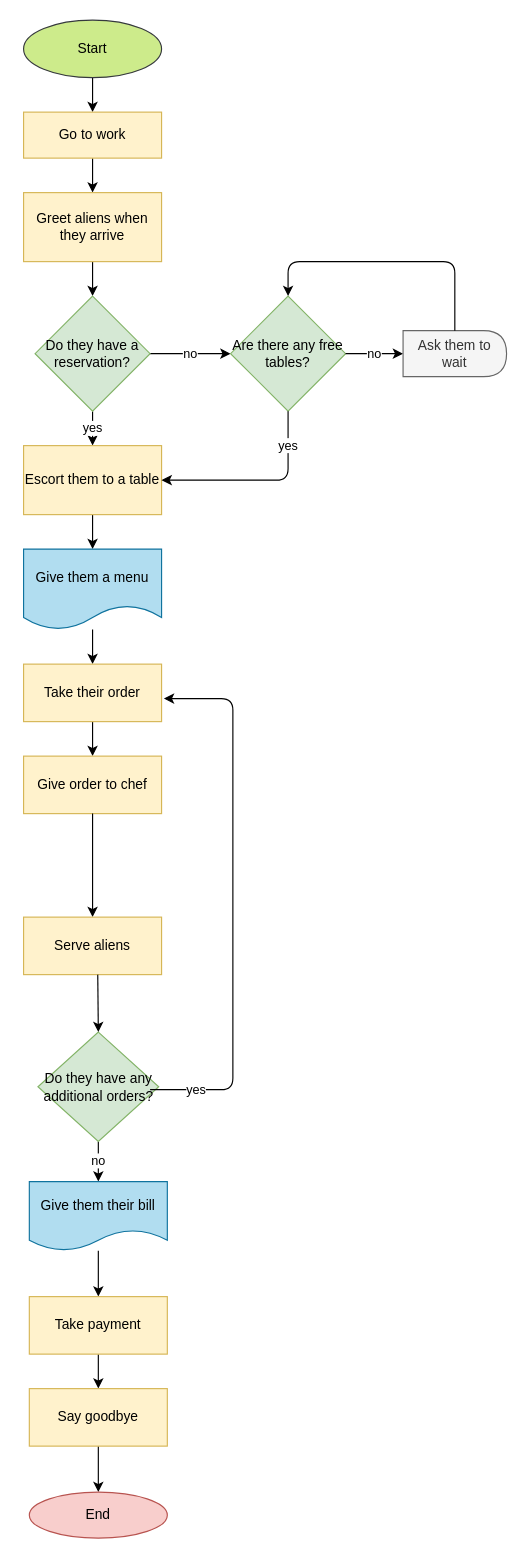
This is waitress-restaurant.drawio from krenat19/restaurant-flowchart, a draw.io file, before an edit. Source tidied: cells renumbered, new cells numbered last; positions are measured from the earlier drawing's top-left corner, leaving out a move shared by most shapes. Both pictures are drawn from the tidied source at 115%, with x=0, y=0 at pixel (23, 20).
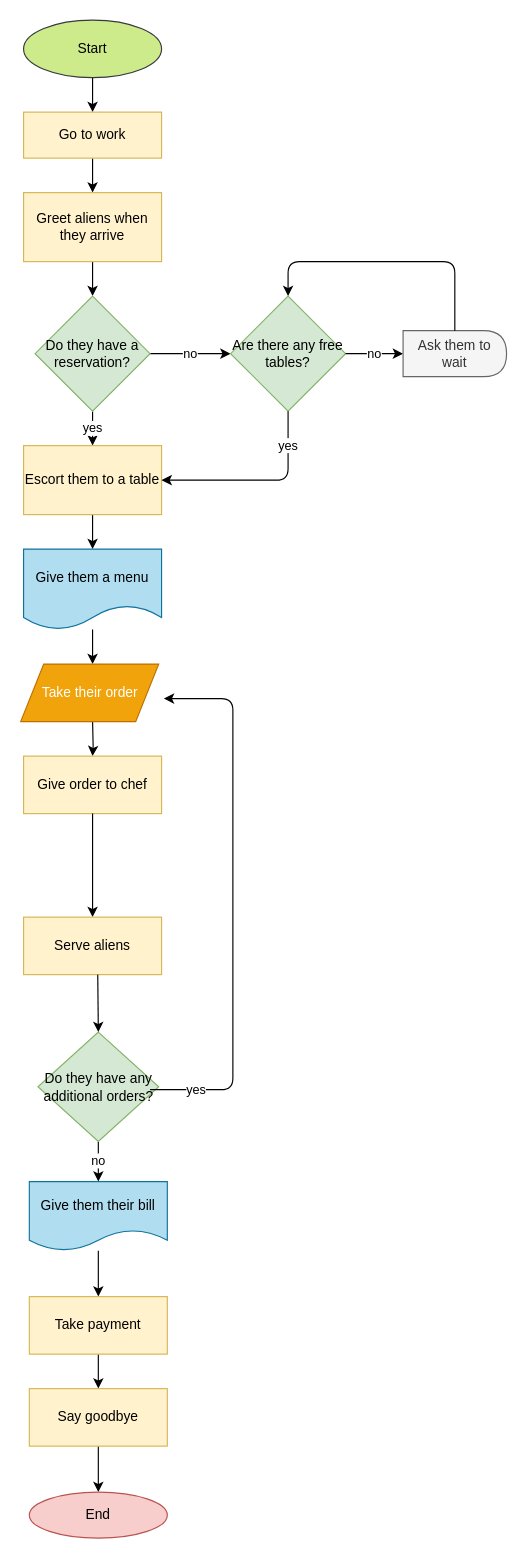
The same page after the edit.

The change refers to these unchanged cells:
```xml
<mxCell id="19" value="Give them a menu" style="shape=document;whiteSpace=wrap;html=1;boundedLbl=1;strokeColor=#10739e;fillColor=#b1ddf0;" parent="1" vertex="1">
  <mxGeometry y="460" width="120" height="70" as="geometry" />
</mxCell>
<mxCell id="22" value="Give order to chef" style="whiteSpace=wrap;html=1;strokeColor=#d6b656;fillColor=#fff2cc;" parent="1" vertex="1">
  <mxGeometry y="640" width="120" height="50" as="geometry" />
</mxCell>
```

Change to the diagram source:
```diff
@@
-    <mxCell id="18" style="edgeStyle=orthogonalEdgeStyle;rounded=0;jettySize=auto;html=1;" parent="1" edge="1" source="19" target="21">
-      <mxGeometry relative="1" as="geometry" />
+    <mxCell id="18" style="edgeStyle=orthogonalEdgeStyle;rounded=0;jettySize=auto;html=1;" parent="1" edge="1" source="19">
+      <mxGeometry relative="1" as="geometry">
+        <mxPoint x="60" y="560" as="targetPoint" />
+      </mxGeometry>
     </mxCell>
@@
-    <mxCell id="20" style="edgeStyle=orthogonalEdgeStyle;rounded=0;jettySize=auto;html=1;" parent="1" edge="1" source="21" target="22">
-      <mxGeometry relative="1" as="geometry" />
+    <mxCell id="20" style="edgeStyle=orthogonalEdgeStyle;rounded=0;jettySize=auto;html=1;" parent="1" edge="1" target="22">
+      <mxGeometry relative="1" as="geometry">
+        <mxPoint x="60" y="610" as="sourcePoint" />
+      </mxGeometry>
     </mxCell>
-    <mxCell id="21" value="Take their order" style="whiteSpace=wrap;html=1;strokeColor=#d6b656;fillColor=#fff2cc;" parent="1" vertex="1">
-      <mxGeometry y="560" width="120" height="50" as="geometry" />
-    </mxCell>
@@
+    <mxCell id="21" value="Take their order" style="shape=parallelogram;perimeter=parallelogramPerimeter;whiteSpace=wrap;html=1;fixedSize=1;fillColor=#f0a30a;strokeColor=#BD7000;fontColor=#ffffff;" parent="1" vertex="1">
+      <mxGeometry x="-2.5" y="560" width="120" height="50" as="geometry" />
+    </mxCell>
```
